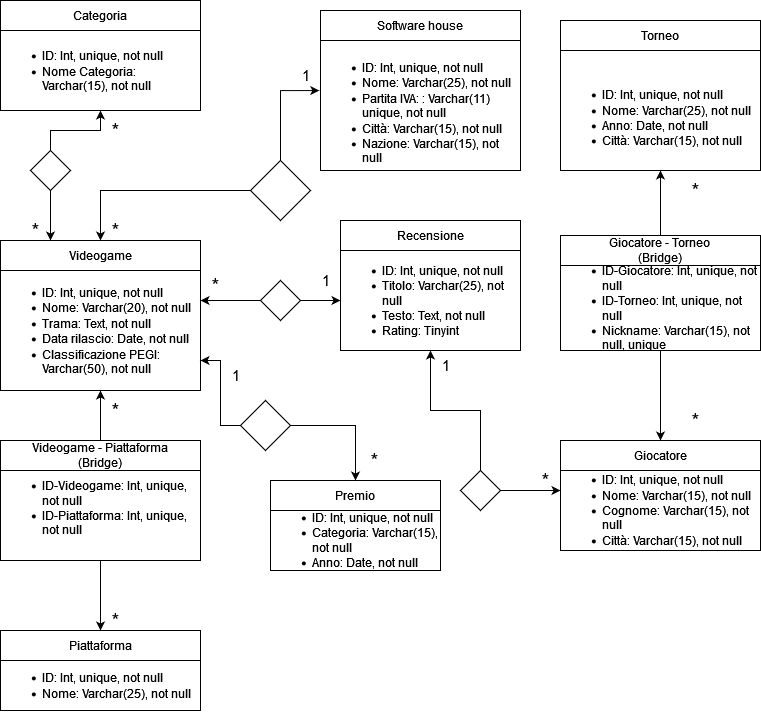
The draw.io diagram e-sports.drawio.png in Denis-92/db-videogames, before a commit. Source tidied: cells renumbered, new cells last; positions are measured from the earlier drawing's top-left corner, leaving out a move shared by most shapes. The source it was exported from:
```xml
<mxGraphModel>
  <root>
    <mxCell id="0" />
    <mxCell id="1" parent="0" />
    <mxCell id="2" value="&lt;div align=&quot;left&quot;&gt;&lt;ul&gt;&lt;li&gt;ID: Int, unique, not null&lt;br&gt;&lt;/li&gt;&lt;li&gt;Nome: Varchar(20), not null&lt;/li&gt;&lt;li&gt;Trama: Text, not null&lt;br&gt;&lt;/li&gt;&lt;li&gt;Data rilascio: Date, not null&lt;br&gt;&lt;/li&gt;&lt;li&gt;Classificazione PEGI: Varchar(50), not null&lt;/li&gt;&lt;/ul&gt;&lt;/div&gt;" style="rounded=0;whiteSpace=wrap;html=1;align=left;" parent="1" vertex="1">
      <mxGeometry y="270" width="200" height="120" as="geometry" />
    </mxCell>
    <mxCell id="3" value="Videogame" style="rounded=0;whiteSpace=wrap;html=1;" parent="1" vertex="1">
      <mxGeometry y="240" width="200" height="30" as="geometry" />
    </mxCell>
    <mxCell id="4" value="&lt;br&gt;&lt;ul&gt;&lt;li&gt;ID: Int, unique, not null&lt;br&gt;&lt;/li&gt;&lt;li&gt;Nome: Varchar(25), not null&lt;br&gt;&lt;/li&gt;&lt;li&gt;Partita IVA: : Varchar(11) unique, not null&lt;/li&gt;&lt;li&gt;Città: Varchar(15), not null&lt;/li&gt;&lt;li&gt;Nazione: Varchar(15), not null&lt;/li&gt;&lt;/ul&gt;" style="rounded=0;whiteSpace=wrap;html=1;align=left;" parent="1" vertex="1">
      <mxGeometry x="320" y="40" width="200" height="130" as="geometry" />
    </mxCell>
    <mxCell id="5" value="Software house" style="rounded=0;whiteSpace=wrap;html=1;" parent="1" vertex="1">
      <mxGeometry x="320" y="10" width="200" height="30" as="geometry" />
    </mxCell>
    <mxCell id="6" style="edgeStyle=orthogonalEdgeStyle;rounded=0;jettySize=auto;html=1;entryX=-0.006;entryY=0.385;entryDx=0;entryDy=0;entryPerimeter=0;" parent="1" edge="1" source="8" target="4">
      <mxGeometry relative="1" as="geometry">
        <Array as="points">
          <mxPoint x="280" y="90" />
        </Array>
      </mxGeometry>
    </mxCell>
    <mxCell id="7" style="edgeStyle=orthogonalEdgeStyle;rounded=0;jettySize=auto;html=1;entryX=0.5;entryY=0;entryDx=0;entryDy=0;fontSize=12;" parent="1" edge="1" source="8" target="3">
      <mxGeometry relative="1" as="geometry" />
    </mxCell>
    <mxCell id="8" style="rhombus;whiteSpace=wrap;html=1;" parent="1" vertex="1">
      <mxGeometry x="250" y="160" width="60" height="60" as="geometry" />
    </mxCell>
    <mxCell id="9" value="1" style="text;html=1;align=center;verticalAlign=middle;strokeColor=none;fillColor=none;fontSize=15;" parent="1" vertex="1">
      <mxGeometry x="290" y="60" width="30" height="30" as="geometry" />
    </mxCell>
    <mxCell id="10" value="&lt;div&gt;&lt;ul&gt;&lt;li&gt;ID: Int, unique, not null&lt;br&gt;&lt;/li&gt;&lt;li&gt;Nome: Varchar(25), not null&lt;br&gt;&lt;/li&gt;&lt;/ul&gt;&lt;/div&gt;" style="rounded=0;whiteSpace=wrap;html=1;fontSize=12;align=left;labelPosition=center;verticalLabelPosition=middle;verticalAlign=middle;" parent="1" vertex="1">
      <mxGeometry y="660" width="200" height="50" as="geometry" />
    </mxCell>
    <mxCell id="11" value="Piattaforma" style="rounded=0;whiteSpace=wrap;html=1;" parent="1" vertex="1">
      <mxGeometry y="630" width="200" height="30" as="geometry" />
    </mxCell>
    <mxCell id="12" value="*" style="text;html=1;align=center;verticalAlign=middle;strokeColor=none;fillColor=none;fontSize=20;" parent="1" vertex="1">
      <mxGeometry x="100" y="390" width="30" height="40" as="geometry" />
    </mxCell>
    <mxCell id="13" value="*" style="text;html=1;align=center;verticalAlign=middle;strokeColor=none;fillColor=none;fontSize=20;" parent="1" vertex="1">
      <mxGeometry x="100" y="600" width="30" height="40" as="geometry" />
    </mxCell>
    <mxCell id="14" value="&lt;div align=&quot;left&quot;&gt;&lt;br&gt;&lt;ul&gt;&lt;li&gt;ID: Int, unique, not null&lt;br&gt;&lt;/li&gt;&lt;li&gt;Nome: Varchar(25), not null&lt;/li&gt;&lt;li&gt;Anno: Date, not null&lt;br&gt;&lt;/li&gt;&lt;li&gt;Città: Varchar(15), not null&lt;/li&gt;&lt;/ul&gt;&lt;/div&gt;" style="rounded=0;whiteSpace=wrap;html=1;fontSize=12;align=left;" parent="1" vertex="1">
      <mxGeometry x="560" y="50" width="200" height="120" as="geometry" />
    </mxCell>
    <mxCell id="15" value="Torneo" style="rounded=0;whiteSpace=wrap;html=1;" parent="1" vertex="1">
      <mxGeometry x="560" y="20" width="200" height="30" as="geometry" />
    </mxCell>
    <mxCell id="16" style="edgeStyle=orthogonalEdgeStyle;rounded=0;jettySize=auto;html=1;entryX=0.5;entryY=1;entryDx=0;entryDy=0;fontSize=12;" parent="1" edge="1" source="18" target="2">
      <mxGeometry relative="1" as="geometry" />
    </mxCell>
    <mxCell id="17" style="edgeStyle=orthogonalEdgeStyle;rounded=0;jettySize=auto;html=1;fontSize=12;" parent="1" edge="1" source="18" target="11">
      <mxGeometry relative="1" as="geometry" />
    </mxCell>
    <mxCell id="18" value="&lt;div align=&quot;left&quot;&gt;&lt;br&gt;&lt;ul&gt;&lt;li&gt;ID-Videogame: Int, unique, not null&lt;br&gt;&lt;/li&gt;&lt;li&gt;ID-Piattaforma: Int, unique, not null&lt;br&gt;&lt;/li&gt;&lt;/ul&gt;&lt;/div&gt;" style="rounded=0;whiteSpace=wrap;html=1;fontSize=12;align=left;" parent="1" vertex="1">
      <mxGeometry y="440" width="200" height="120" as="geometry" />
    </mxCell>
    <mxCell id="19" value="&lt;div&gt;Videogame - Piattaforma&lt;/div&gt;&lt;div&gt;(Bridge)&lt;br&gt;&lt;/div&gt;" style="rounded=0;whiteSpace=wrap;html=1;" parent="1" vertex="1">
      <mxGeometry y="440" width="200" height="30" as="geometry" />
    </mxCell>
    <mxCell id="20" value="&lt;div align=&quot;left&quot;&gt;&lt;div&gt;&lt;br&gt;&lt;/div&gt;&lt;br&gt;&lt;br&gt;&lt;br&gt;&lt;ul&gt;&lt;li&gt;ID: Int, unique, not null&lt;br&gt;&lt;/li&gt;&lt;li&gt;Nome: Varchar(15), not null&lt;/li&gt;&lt;li&gt;Cognome: Varchar(15), not null&lt;/li&gt;&lt;li&gt;Città: Varchar(15), not null&lt;/li&gt;&lt;/ul&gt;&lt;div&gt;&lt;br&gt;&lt;/div&gt;&lt;div&gt;&lt;br&gt;&lt;/div&gt;&lt;/div&gt;" style="rounded=0;whiteSpace=wrap;html=1;fontSize=12;align=left;" parent="1" vertex="1">
      <mxGeometry x="560" y="440" width="200" height="110" as="geometry" />
    </mxCell>
    <mxCell id="21" value="Giocatore" style="rounded=0;whiteSpace=wrap;html=1;" parent="1" vertex="1">
      <mxGeometry x="560" y="440" width="200" height="30" as="geometry" />
    </mxCell>
    <mxCell id="22" value="*" style="text;html=1;align=center;verticalAlign=middle;strokeColor=none;fillColor=none;fontSize=20;" parent="1" vertex="1">
      <mxGeometry x="680" y="170" width="30" height="40" as="geometry" />
    </mxCell>
    <mxCell id="23" style="edgeStyle=orthogonalEdgeStyle;rounded=0;jettySize=auto;html=1;fontSize=12;" parent="1" edge="1" source="25" target="20">
      <mxGeometry relative="1" as="geometry">
        <Array as="points">
          <mxPoint x="680" y="350" />
          <mxPoint x="680" y="350" />
        </Array>
      </mxGeometry>
    </mxCell>
    <mxCell id="24" style="edgeStyle=orthogonalEdgeStyle;rounded=0;jettySize=auto;html=1;entryX=0.5;entryY=1;entryDx=0;entryDy=0;fontSize=12;" parent="1" edge="1" source="25" target="14">
      <mxGeometry relative="1" as="geometry" />
    </mxCell>
    <mxCell id="25" value="&lt;div&gt;&lt;br&gt;&lt;/div&gt;&lt;div&gt;&lt;br&gt;&lt;/div&gt;&lt;ul&gt;&lt;li&gt;ID-Giocatore: Int, unique, not null&lt;br&gt;&lt;/li&gt;&lt;li&gt;ID-Torneo: Int, unique, not null&lt;br&gt;&lt;/li&gt;&lt;li&gt;Nickname: Varchar(15), not null, unique&lt;br&gt;&lt;/li&gt;&lt;/ul&gt;" style="rounded=0;whiteSpace=wrap;html=1;fontSize=12;align=left;" parent="1" vertex="1">
      <mxGeometry x="560" y="235" width="200" height="115" as="geometry" />
    </mxCell>
    <mxCell id="26" value="&lt;div&gt;Giocatore - Torneo&lt;br&gt;&lt;/div&gt;&lt;div&gt;(Bridge)&lt;br&gt;&lt;/div&gt;" style="rounded=0;whiteSpace=wrap;html=1;" parent="1" vertex="1">
      <mxGeometry x="560" y="235" width="200" height="30" as="geometry" />
    </mxCell>
    <mxCell id="27" value="*" style="text;html=1;align=center;verticalAlign=middle;strokeColor=none;fillColor=none;fontSize=20;" parent="1" vertex="1">
      <mxGeometry x="100" y="210" width="30" height="40" as="geometry" />
    </mxCell>
    <mxCell id="28" value="&lt;div align=&quot;left&quot;&gt;&lt;ul&gt;&lt;li&gt;ID: Int, unique, not null&lt;br&gt;&lt;/li&gt;&lt;li&gt;Titolo: Varchar(25), not null&lt;/li&gt;&lt;li&gt;Testo: Text, not null&lt;br&gt;&lt;/li&gt;&lt;li&gt;Rating: Tinyint&lt;br&gt;&lt;/li&gt;&lt;/ul&gt;&lt;/div&gt;" style="rounded=0;whiteSpace=wrap;html=1;fontSize=12;align=left;" parent="1" vertex="1">
      <mxGeometry x="340" y="250" width="180" height="100" as="geometry" />
    </mxCell>
    <mxCell id="29" value="Recensione" style="rounded=0;whiteSpace=wrap;html=1;" parent="1" vertex="1">
      <mxGeometry x="340" y="220" width="180" height="30" as="geometry" />
    </mxCell>
    <mxCell id="30" style="edgeStyle=orthogonalEdgeStyle;rounded=0;jettySize=auto;html=1;fontSize=12;" parent="1" edge="1" source="32" target="20">
      <mxGeometry relative="1" as="geometry">
        <Array as="points">
          <mxPoint x="490" y="495" />
          <mxPoint x="490" y="495" />
        </Array>
      </mxGeometry>
    </mxCell>
    <mxCell id="31" style="edgeStyle=orthogonalEdgeStyle;rounded=0;jettySize=auto;html=1;entryX=0.5;entryY=1;entryDx=0;entryDy=0;fontSize=12;" parent="1" edge="1" source="32" target="28">
      <mxGeometry relative="1" as="geometry" />
    </mxCell>
    <mxCell id="32" style="rhombus;whiteSpace=wrap;html=1;fontSize=12;" parent="1" vertex="1">
      <mxGeometry x="460" y="470" width="40" height="40" as="geometry" />
    </mxCell>
    <mxCell id="33" style="edgeStyle=orthogonalEdgeStyle;rounded=0;jettySize=auto;html=1;fontSize=12;" parent="1" edge="1" source="35" target="28">
      <mxGeometry relative="1" as="geometry" />
    </mxCell>
    <mxCell id="34" style="edgeStyle=orthogonalEdgeStyle;rounded=0;jettySize=auto;html=1;entryX=1;entryY=0.25;entryDx=0;entryDy=0;fontSize=12;" parent="1" edge="1" source="35" target="2">
      <mxGeometry relative="1" as="geometry" />
    </mxCell>
    <mxCell id="35" style="rhombus;whiteSpace=wrap;html=1;fontSize=12;" parent="1" vertex="1">
      <mxGeometry x="260" y="280" width="40" height="40" as="geometry" />
    </mxCell>
    <mxCell id="36" value="*" style="text;html=1;align=center;verticalAlign=middle;strokeColor=none;fillColor=none;fontSize=20;" parent="1" vertex="1">
      <mxGeometry x="680" y="400" width="30" height="40" as="geometry" />
    </mxCell>
    <mxCell id="37" value="*" style="text;html=1;align=center;verticalAlign=middle;strokeColor=none;fillColor=none;fontSize=20;" parent="1" vertex="1">
      <mxGeometry x="530" y="460" width="30" height="40" as="geometry" />
    </mxCell>
    <mxCell id="38" value="*" style="text;html=1;align=center;verticalAlign=middle;strokeColor=none;fillColor=none;fontSize=20;" parent="1" vertex="1">
      <mxGeometry x="200" y="265" width="30" height="40" as="geometry" />
    </mxCell>
    <mxCell id="39" value="1" style="text;html=1;align=center;verticalAlign=middle;strokeColor=none;fillColor=none;fontSize=15;" parent="1" vertex="1">
      <mxGeometry x="310" y="265" width="30" height="30" as="geometry" />
    </mxCell>
    <mxCell id="40" value="1" style="text;html=1;align=center;verticalAlign=middle;strokeColor=none;fillColor=none;fontSize=15;" parent="1" vertex="1">
      <mxGeometry x="430" y="350" width="30" height="30" as="geometry" />
    </mxCell>
    <mxCell id="41" value="&lt;div align=&quot;left&quot;&gt;&lt;br&gt;&lt;br&gt;&lt;ul&gt;&lt;li&gt;ID: Int, unique, not null&lt;br&gt;&lt;/li&gt;&lt;li&gt;Categoria: Varchar(15), not null&lt;/li&gt;&lt;li&gt;Anno: Date, not null&lt;br&gt;&lt;/li&gt;&lt;/ul&gt;&lt;/div&gt;" style="rounded=0;whiteSpace=wrap;html=1;fontSize=12;align=left;" parent="1" vertex="1">
      <mxGeometry x="270" y="480" width="170" height="90" as="geometry" />
    </mxCell>
    <mxCell id="42" value="Premio" style="rounded=0;whiteSpace=wrap;html=1;" parent="1" vertex="1">
      <mxGeometry x="270" y="480" width="170" height="30" as="geometry" />
    </mxCell>
    <mxCell id="43" style="edgeStyle=orthogonalEdgeStyle;rounded=0;jettySize=auto;html=1;entryX=1;entryY=0.75;entryDx=0;entryDy=0;fontSize=12;" parent="1" edge="1" source="45" target="2">
      <mxGeometry relative="1" as="geometry" />
    </mxCell>
    <mxCell id="44" style="edgeStyle=orthogonalEdgeStyle;rounded=0;jettySize=auto;html=1;entryX=0.5;entryY=0;entryDx=0;entryDy=0;fontSize=12;" parent="1" edge="1" source="45" target="42">
      <mxGeometry relative="1" as="geometry">
        <Array as="points">
          <mxPoint x="355" y="425" />
        </Array>
      </mxGeometry>
    </mxCell>
    <mxCell id="45" style="rhombus;whiteSpace=wrap;html=1;fontSize=12;" parent="1" vertex="1">
      <mxGeometry x="240" y="400" width="50" height="50" as="geometry" />
    </mxCell>
    <mxCell id="46" value="1" style="text;html=1;align=center;verticalAlign=middle;strokeColor=none;fillColor=none;fontSize=15;" parent="1" vertex="1">
      <mxGeometry x="220" y="360" width="30" height="30" as="geometry" />
    </mxCell>
    <mxCell id="47" value="*" style="text;html=1;align=center;verticalAlign=middle;strokeColor=none;fillColor=none;fontSize=20;" parent="1" vertex="1">
      <mxGeometry x="359" y="440" width="30" height="40" as="geometry" />
    </mxCell>
    <mxCell id="48" value="&lt;div align=&quot;left&quot;&gt;&lt;ul&gt;&lt;li&gt;ID: Int, unique, not null&lt;/li&gt;&lt;li&gt;Nome Categoria: Varchar(15), not null&lt;/li&gt;&lt;/ul&gt;&lt;/div&gt;" style="rounded=0;whiteSpace=wrap;html=1;fontSize=12;align=left;" parent="1" vertex="1">
      <mxGeometry y="30" width="200" height="80" as="geometry" />
    </mxCell>
    <mxCell id="49" value="Categoria" style="rounded=0;whiteSpace=wrap;html=1;" parent="1" vertex="1">
      <mxGeometry width="200" height="30" as="geometry" />
    </mxCell>
    <mxCell id="50" value="*" style="text;html=1;align=center;verticalAlign=middle;strokeColor=none;fillColor=none;fontSize=20;" parent="1" vertex="1">
      <mxGeometry x="100" y="110" width="30" height="40" as="geometry" />
    </mxCell>
    <mxCell id="51" value="*" style="text;html=1;align=center;verticalAlign=middle;strokeColor=none;fillColor=none;fontSize=20;" parent="1" vertex="1">
      <mxGeometry x="20" y="210" width="30" height="40" as="geometry" />
    </mxCell>
    <mxCell id="52" style="edgeStyle=orthogonalEdgeStyle;rounded=0;jettySize=auto;html=1;entryX=0.25;entryY=0;entryDx=0;entryDy=0;fontSize=12;" parent="1" edge="1" source="54" target="3">
      <mxGeometry relative="1" as="geometry" />
    </mxCell>
    <mxCell id="53" style="edgeStyle=orthogonalEdgeStyle;rounded=0;jettySize=auto;html=1;entryX=0.5;entryY=1;entryDx=0;entryDy=0;fontSize=12;" parent="1" edge="1" source="54" target="48">
      <mxGeometry relative="1" as="geometry" />
    </mxCell>
    <mxCell id="54" style="rhombus;whiteSpace=wrap;html=1;fontSize=12;" parent="1" vertex="1">
      <mxGeometry x="30" y="150" width="40" height="40" as="geometry" />
    </mxCell>
  </root>
</mxGraphModel>
```
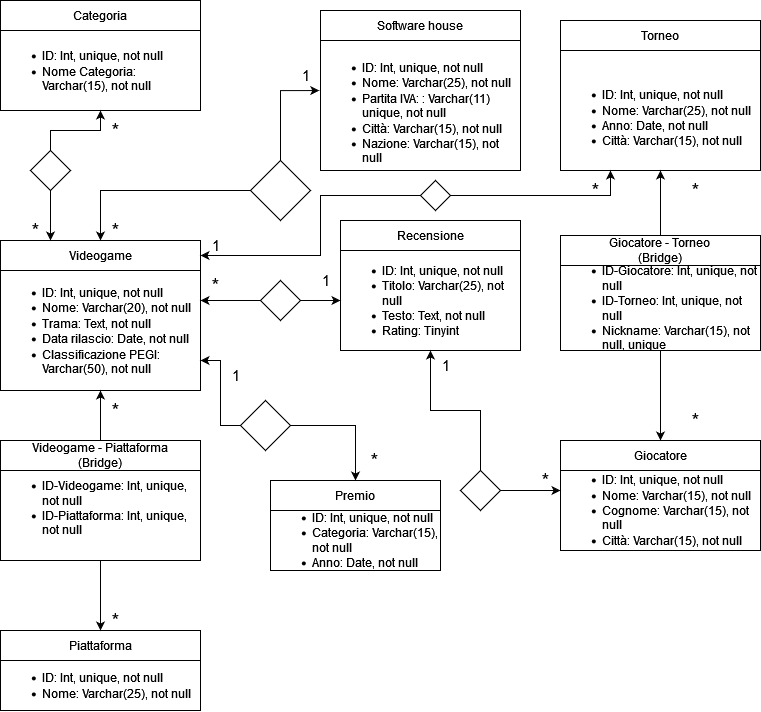
The same diagram one commit later.

Commit message:
add relation between Videogame - Torneo

What changed in the source:
```diff
@@ -179,5 +179,25 @@
     <mxCell id="54" style="rhombus;whiteSpace=wrap;html=1;fontSize=12;" parent="1" vertex="1">
       <mxGeometry x="30" y="150" width="40" height="40" as="geometry" />
     </mxCell>
+    <mxCell id="55" style="edgeStyle=orthogonalEdgeStyle;rounded=0;jettySize=auto;html=1;entryX=1;entryY=0.5;entryDx=0;entryDy=0;fontSize=12;" parent="1" edge="1" source="57" target="3">
+      <mxGeometry relative="1" as="geometry">
+        <Array as="points">
+          <mxPoint x="320" y="195" />
+          <mxPoint x="320" y="255" />
+        </Array>
+      </mxGeometry>
+    </mxCell>
+    <mxCell id="56" style="edgeStyle=orthogonalEdgeStyle;rounded=0;jettySize=auto;html=1;entryX=0.25;entryY=1;entryDx=0;entryDy=0;fontSize=12;" parent="1" edge="1" source="57" target="14">
+      <mxGeometry relative="1" as="geometry" />
+    </mxCell>
+    <mxCell id="57" style="rhombus;whiteSpace=wrap;html=1;fontSize=12;" parent="1" vertex="1">
+      <mxGeometry x="420" y="180" width="30" height="30" as="geometry" />
+    </mxCell>
+    <mxCell id="58" value="*" style="text;html=1;align=center;verticalAlign=middle;strokeColor=none;fillColor=none;fontSize=20;" parent="1" vertex="1">
+      <mxGeometry x="580" y="170" width="30" height="40" as="geometry" />
+    </mxCell>
+    <mxCell id="59" value="1" style="text;html=1;align=center;verticalAlign=middle;strokeColor=none;fillColor=none;fontSize=15;" parent="1" vertex="1">
+      <mxGeometry x="200" y="230" width="30" height="30" as="geometry" />
+    </mxCell>
   </root>
 </mxGraphModel>
```
